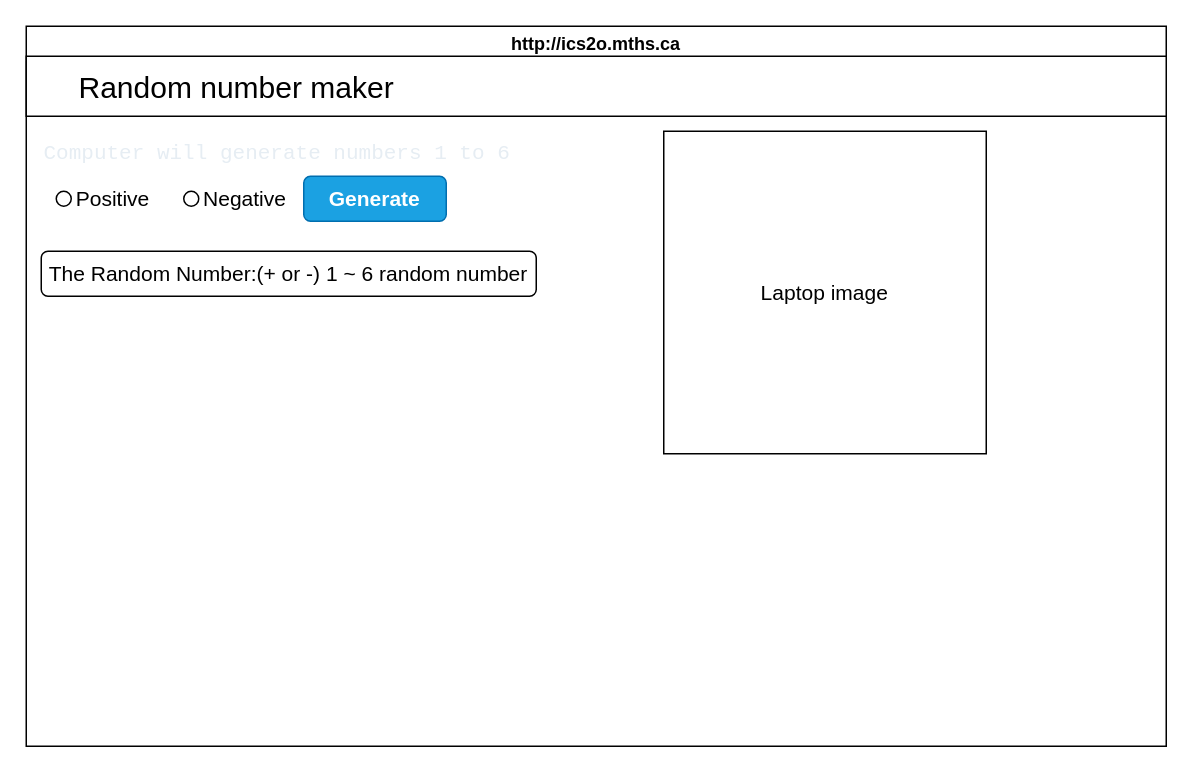
Above: design/storyboard.drawio in MTHS-ICD2O-1-2023/ICD2O-Unit-5-02-yoochan-han (draw.io), before the change. Source tidied: cells renumbered, new cells numbered last; positions are measured from the earlier drawing's top-left corner, leaving out a move shared by most shapes. Both pictures are drawn from the tidied source at 150%, with x=0, y=0 at pixel (26, 26).
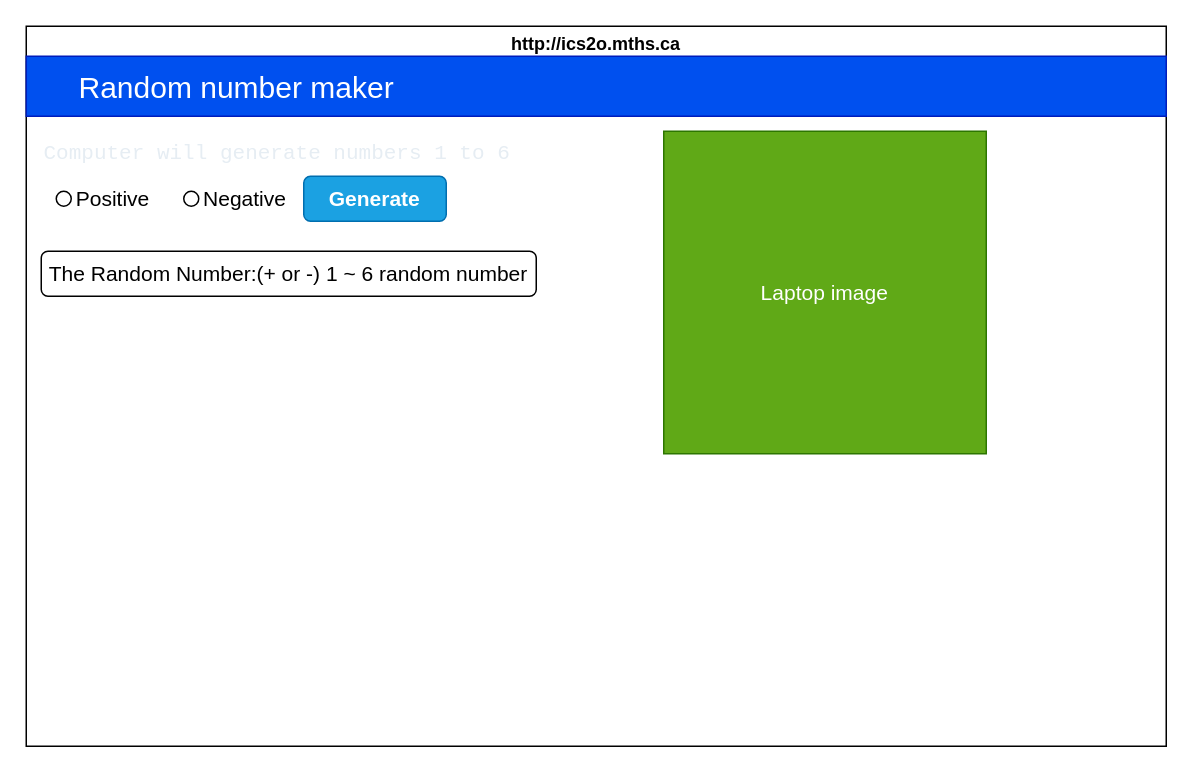
The same page after the edit.

The edit, as a diff of the source:
```diff
@@
 <mxGraphModel>
   <root>
     <mxCell id="0" />
     <mxCell id="1" parent="0" />
     <mxCell id="2" value="http://ics2o.mths.ca" style="swimlane;whiteSpace=wrap;html=1;" parent="1" vertex="1">
       <mxGeometry width="760" height="480" as="geometry" />
     </mxCell>
-    <mxCell id="3" value="&lt;font style=&quot;font-size: 20px;&quot;&gt;&amp;nbsp; &amp;nbsp; &amp;nbsp; Random number maker&lt;/font&gt;" style="rounded=0;whiteSpace=wrap;html=1;align=left;" parent="2" vertex="1">
+    <mxCell id="3" value="&lt;font style=&quot;font-size: 20px;&quot;&gt;&amp;nbsp; &amp;nbsp; &amp;nbsp; Random number maker&lt;/font&gt;" style="rounded=0;whiteSpace=wrap;html=1;align=left;fillColor=#0050ef;fontColor=#ffffff;strokeColor=#001DBC;" parent="2" vertex="1">
       <mxGeometry y="20" width="760" height="40" as="geometry" />
     </mxCell>
     <mxCell id="4" value="&lt;h4 style=&quot;color: rgb(230, 237, 243); font-family: Consolas, &amp;quot;Courier New&amp;quot;, monospace; font-size: 14px; line-height: 19px;&quot;&gt;&lt;span style=&quot;font-weight: normal;&quot;&gt;Computer will generate numbers 1 to 6&lt;/span&gt;&lt;/h4&gt;" style="text;html=1;align=left;verticalAlign=middle;whiteSpace=wrap;rounded=0;fontSize=20;labelBackgroundColor=none;fillColor=none;" parent="2" vertex="1">
       <mxGeometry x="10" y="70" width="330" height="30" as="geometry" />
     </mxCell>
     <mxCell id="5" style="ellipse;whiteSpace=wrap;html=1;labelBackgroundColor=none;fontSize=20;fillColor=none;" parent="2" vertex="1">
       <mxGeometry x="20" y="110" width="10" height="10" as="geometry" />
     </mxCell>
     <mxCell id="6" value="&lt;font style=&quot;font-size: 14px;&quot;&gt;Positive&lt;/font&gt;" style="text;html=1;strokeColor=none;fillColor=none;align=center;verticalAlign=middle;whiteSpace=wrap;rounded=0;labelBackgroundColor=none;fontSize=20;" parent="2" vertex="1">
       <mxGeometry x="28" y="97" width="60" height="30" as="geometry" />
     </mxCell>
     <mxCell id="7" value="&lt;b&gt;Generate&lt;/b&gt;" style="rounded=1;whiteSpace=wrap;html=1;labelBackgroundColor=none;fontSize=14;fillColor=#1ba1e2;strokeColor=#006EAF;fontColor=#ffffff;" parent="2" vertex="1">
       <mxGeometry x="185" y="100" width="95" height="30" as="geometry" />
     </mxCell>
     <mxCell id="8" value="The Random Number:(+ or -) 1 ~ 6 random number" style="rounded=1;whiteSpace=wrap;html=1;labelBackgroundColor=none;fontSize=14;fillColor=default;" parent="2" vertex="1">
       <mxGeometry x="10" y="150" width="330" height="30" as="geometry" />
     </mxCell>
-    <mxCell id="9" value="Laptop image" style="whiteSpace=wrap;html=1;labelBackgroundColor=none;fontSize=14;fillColor=default;" parent="2" vertex="1">
+    <mxCell id="9" value="Laptop image" style="whiteSpace=wrap;html=1;labelBackgroundColor=none;fontSize=14;fillColor=#60a917;fontColor=#ffffff;strokeColor=#2D7600;" parent="2" vertex="1">
       <mxGeometry x="425" y="70" width="215" height="215" as="geometry" />
     </mxCell>
     <mxCell id="10" style="ellipse;whiteSpace=wrap;html=1;labelBackgroundColor=none;fontSize=20;fillColor=none;" parent="1" vertex="1">
       <mxGeometry x="105" y="110" width="10" height="10" as="geometry" />
     </mxCell>
     <mxCell id="11" value="&lt;font style=&quot;font-size: 14px;&quot;&gt;Negative&lt;/font&gt;" style="text;html=1;strokeColor=none;fillColor=none;align=center;verticalAlign=middle;whiteSpace=wrap;rounded=0;labelBackgroundColor=none;fontSize=20;" parent="1" vertex="1">
       <mxGeometry x="116" y="97" width="60" height="30" as="geometry" />
     </mxCell>
   </root>
 </mxGraphModel>
```
